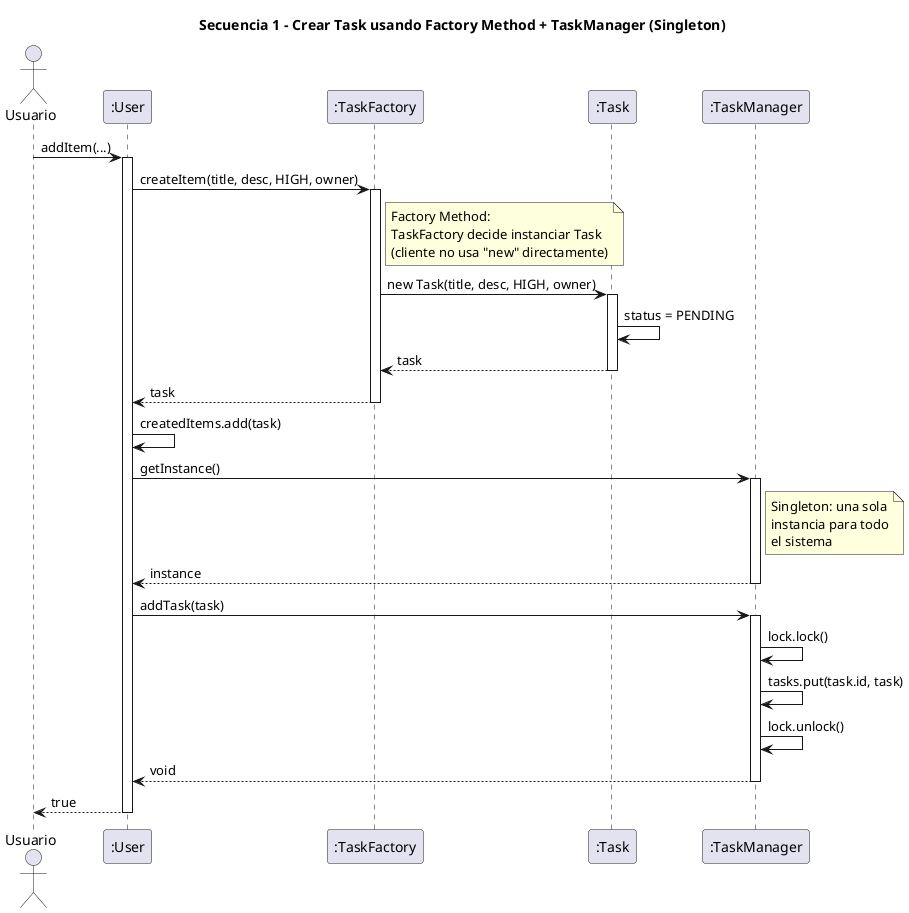
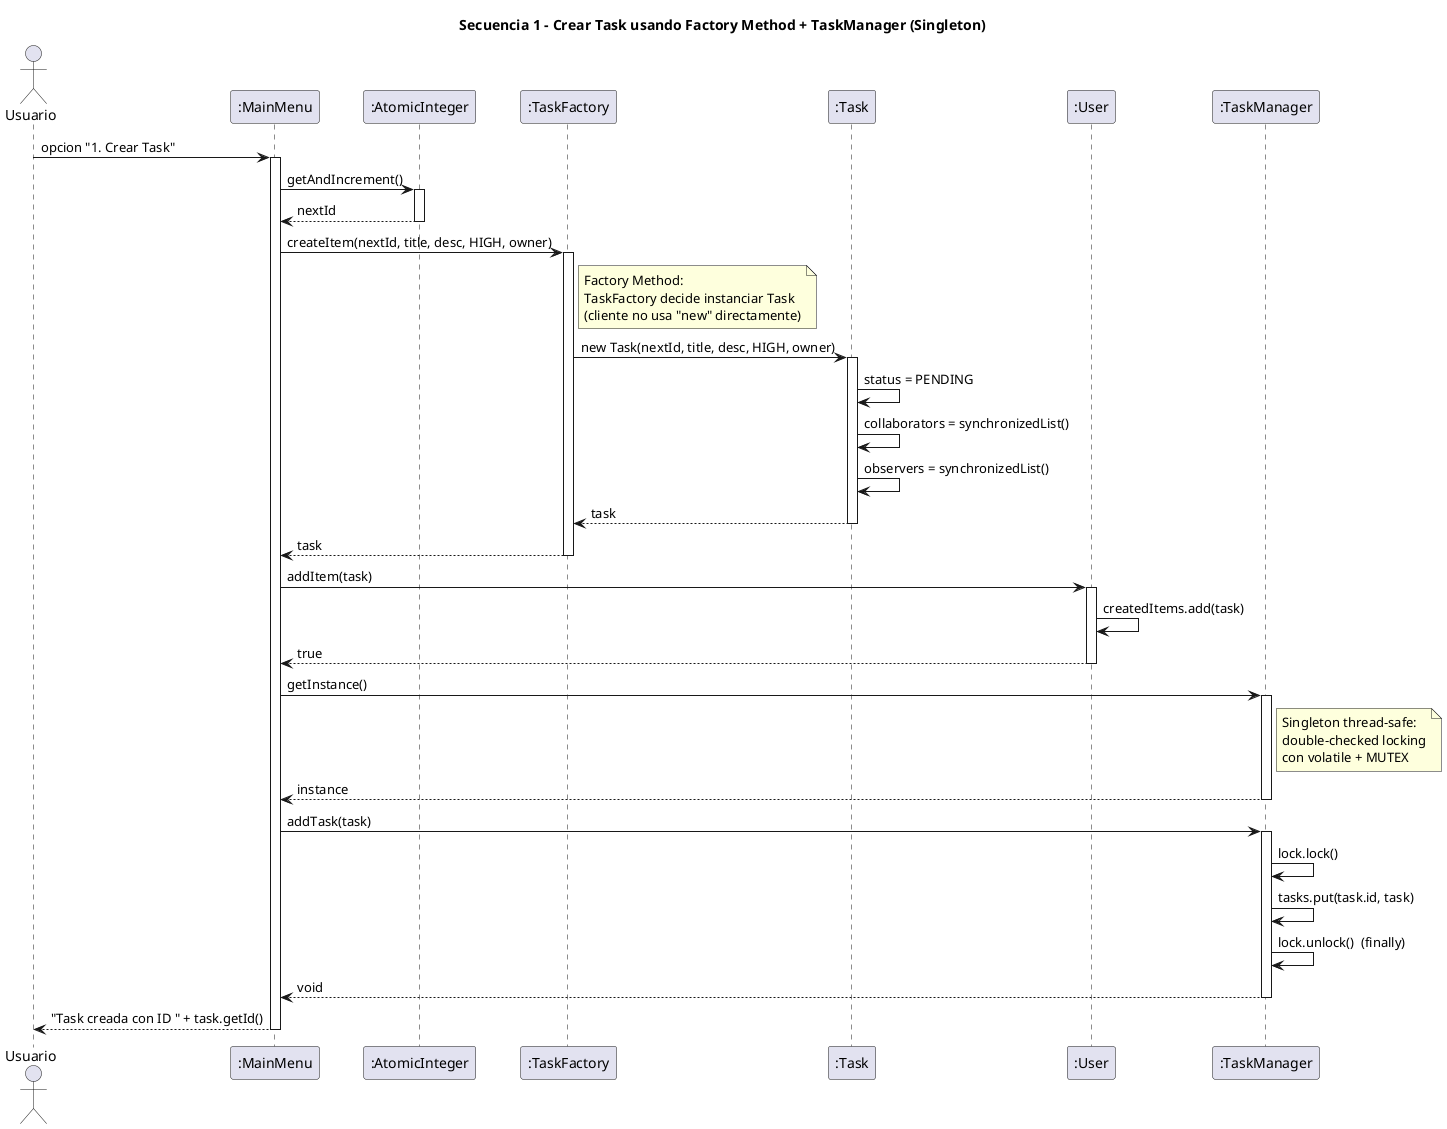
@startuml SecuenciaCrearTask
title Secuencia 1 - Crear Task usando Factory Method + TaskManager (Singleton)

actor Usuario as U
- participant ":User" as user
+ participant ":MainMenu" as menu
+ participant ":AtomicInteger" as ids
participant ":TaskFactory" as factory
participant ":Task" as task
+ participant ":User" as user
participant ":TaskManager" as manager

- U -> user : addItem(...)
- activate user
+ U -> menu : opcion "1. Crear Task"
+ activate menu

- user -> factory : createItem(title, desc, HIGH, owner)
+ menu -> ids : getAndIncrement()
+ activate ids
+ ids --> menu : nextId
+ deactivate ids
+ 
+ menu -> factory : createItem(nextId, title, desc, HIGH, owner)
activate factory
note right of factory
  Factory Method:
  TaskFactory decide instanciar Task
  (cliente no usa "new" directamente)
end note

- factory -> task : new Task(title, desc, HIGH, owner)
+ factory -> task : new Task(nextId, title, desc, HIGH, owner)
activate task
task -> task : status = PENDING
+ task -> task : collaborators = synchronizedList()
+ task -> task : observers = synchronizedList()
task --> factory : task
deactivate task

- factory --> user : task
+ factory --> menu : task
deactivate factory

+ menu -> user : addItem(task)
+ activate user
user -> user : createdItems.add(task)
+ user --> menu : true
+ deactivate user

- user -> manager : getInstance()
+ menu -> manager : getInstance()
activate manager
note right of manager
-   Singleton: una sola
-   instancia para todo
-   el sistema
+   Singleton thread-safe:
+   double-checked locking
+   con volatile + MUTEX
end note
- manager --> user : instance
+ manager --> menu : instance
deactivate manager

- user -> manager : addTask(task)
+ menu -> manager : addTask(task)
activate manager
manager -> manager : lock.lock()
manager -> manager : tasks.put(task.id, task)
- manager -> manager : lock.unlock()
- manager --> user : void
+ manager -> manager : lock.unlock()  (finally)
+ manager --> menu : void
deactivate manager

- user --> U : true
- deactivate user
+ menu --> U : "Task creada con ID " + task.getId()
+ deactivate menu

@enduml
